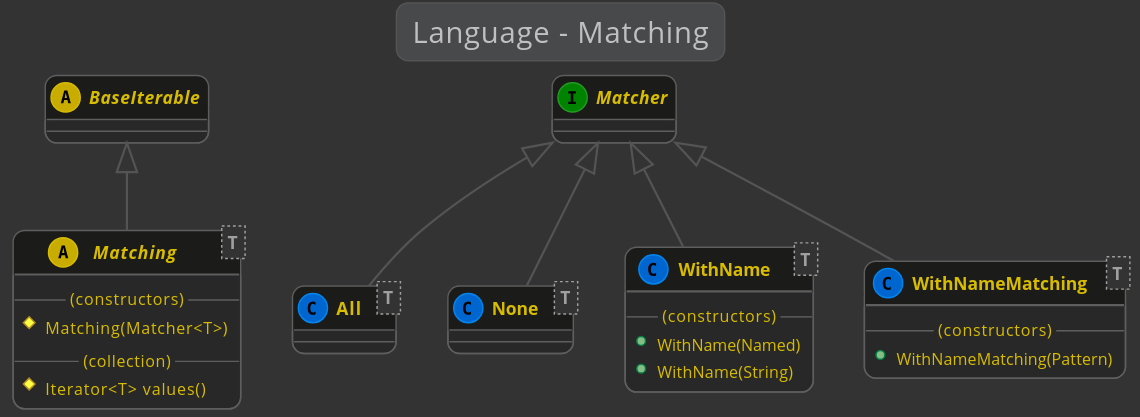
Above: kivakit-core/kernel/documentation/diagrams/diagram-language-matchers.svg in Telenav/kivakit (PlantUML), before the change. Source of this version:
```plantuml
@startuml

    !include ../lexakai/lexakai.theme

    title "Language - Matching"

    abstract BaseIterable

    interface Matcher

    Matcher <|-- All
    class All<T>
    {
    }

    BaseIterable <|-- Matching
    abstract class Matching<T>
    {
        --(constructors)--
        #Matching(Matcher<T>)
        --(collection)--
        #Iterator<T> values()
    }

    Matcher <|-- None
    class None<T>
    {
    }

    Matcher <|-- WithName
    class WithName<T>
    {
        --(constructors)--
        +WithName(Named)
        +WithName(String)
    }

    Matcher <|-- WithNameMatching
    class WithNameMatching<T>
    {
        --(constructors)--
        +WithNameMatching(Pattern)
    }

@enduml
```
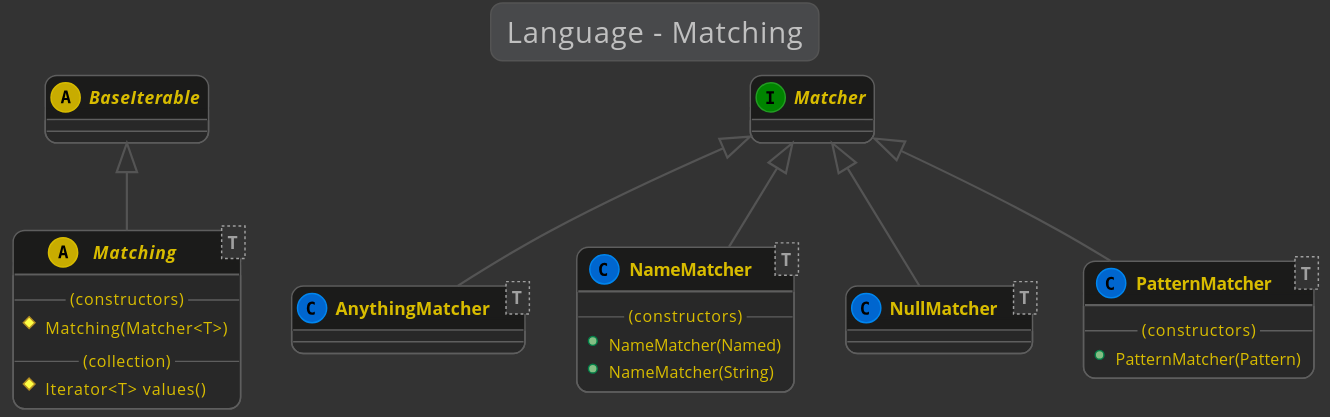
Later version of the same file.

What changed in the source:
```diff
@@ -8,8 +8,8 @@
 
     interface Matcher
 
-    Matcher <|-- All
-    class All<T>
+    Matcher <|-- AnythingMatcher
+    class AnythingMatcher<T>
     {
     }
 
@@ -22,24 +22,24 @@
         #Iterator<T> values()
     }
 
-    Matcher <|-- None
-    class None<T>
+    Matcher <|-- NameMatcher
+    class NameMatcher<T>
+    {
+        --(constructors)--
+        +NameMatcher(Named)
+        +NameMatcher(String)
+    }
+
+    Matcher <|-- NullMatcher
+    class NullMatcher<T>
     {
     }
 
-    Matcher <|-- WithName
-    class WithName<T>
+    Matcher <|-- PatternMatcher
+    class PatternMatcher<T>
     {
         --(constructors)--
-        +WithName(Named)
-        +WithName(String)
-    }
-
-    Matcher <|-- WithNameMatching
-    class WithNameMatching<T>
-    {
-        --(constructors)--
-        +WithNameMatching(Pattern)
+        +PatternMatcher(Pattern)
     }
 
 @enduml
```
